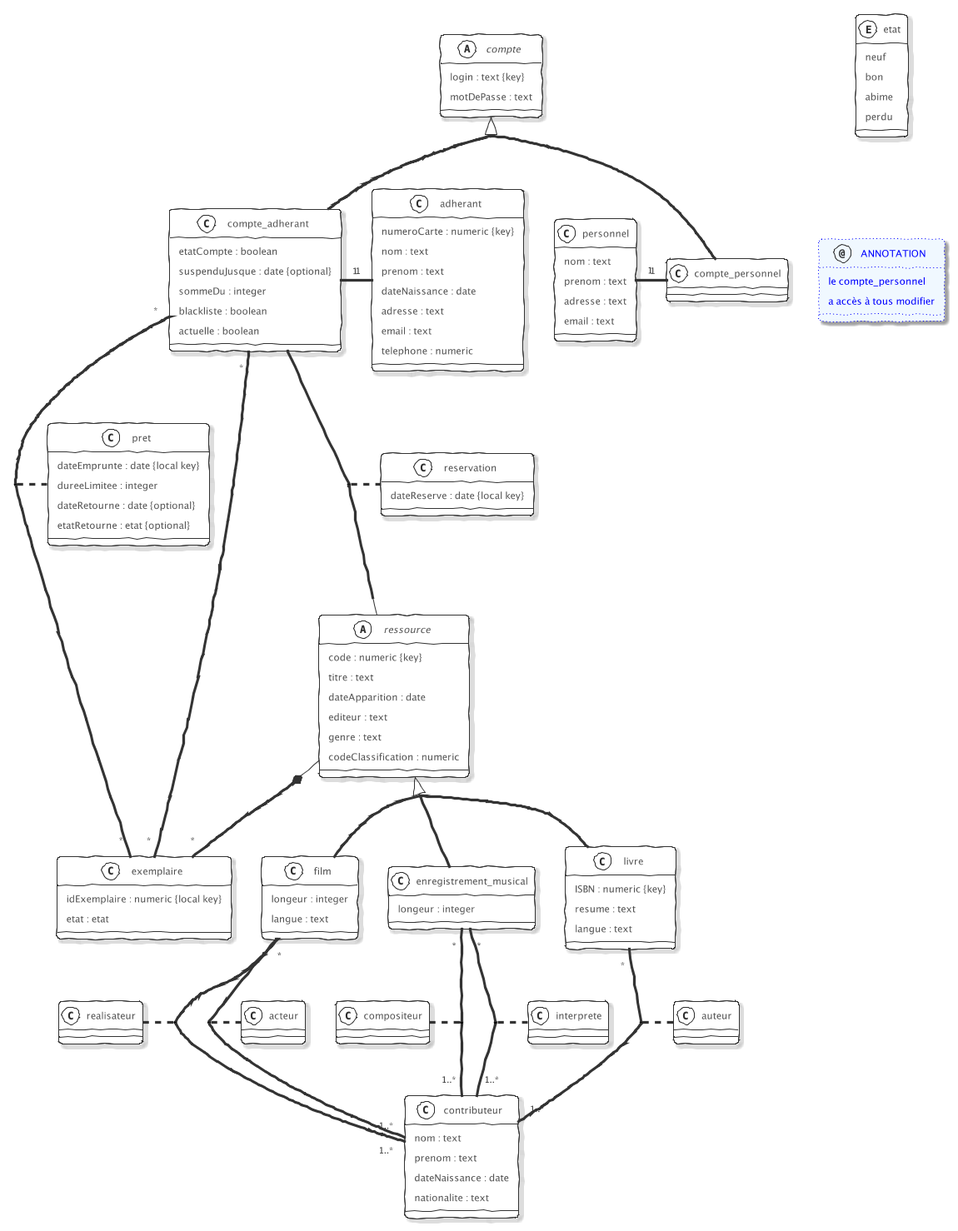
Earlier version of the PlantUML export rendu 2/MCD_Biblio.png (Ocean2356/Library-Management-System).
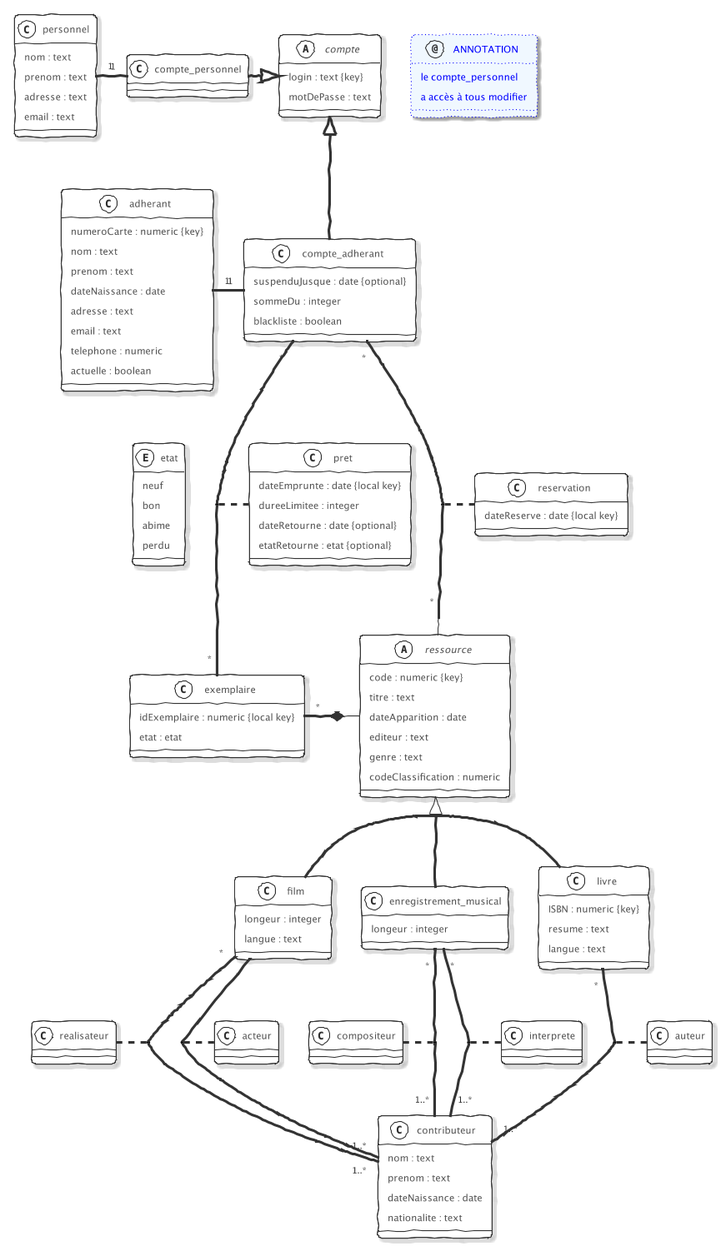
The same file after the commit.

Diff of the diagram source:
```diff
@@ -1,12 +1,15 @@
 @startuml MCD Biblio
 !theme sketchy-outline
+skinparam activity {
+    ArrowFontSize 10
+}
+skinparam groupInheritance 2
 skinparam Shadowing true
 annotation ANNOTATION #aliceblue;line:blue;line.dotted;text:blue
 {
     le compte_personnel
     a accès à tous modifier
 }
-etat -[hidden]- ANNOTATION
 
 abstract class ressource
 class exemplaire
@@ -32,17 +35,23 @@
 class compositeur
 class interprete
 
-skinparam groupInheritance 2
+compte <|-- compte_adherant
+compte_personnel -|> compte
+
+personnel "1" - "1" compte_personnel
+adherant "1" - "1" compte_adherant
+compte_adherant "*" -- "*" exemplaire
+(compte_adherant, exemplaire) . pret
+compte_adherant "*" -- "*" ressource
+(compte_adherant, ressource) .. reservation
+
+etat -[hidden]-exemplaire
+exemplaire "*" -* ressource
+
 ressource <|-- livre
 ressource <|-- film
 ressource <|-- enregistrement_musical
 
-compte <|-- compte_adherant
-compte <|-- compte_personnel
-
-skinparam activity {
-    ArrowFontSize 10
-}
 livre "*" -- "1..*" contributeur
 (livre, contributeur) . auteur
 enregistrement_musical "*" - "1..*" contributeur
@@ -53,15 +62,6 @@
 (film, contributeur) . realisateur
 film "*" - "1..*" contributeur
 (film, contributeur) . acteur
-
-ressource *-- "*" exemplaire
-
-personnel  "1" - "1" compte_personnel
-compte_adherant "1" - "1" adherant
-compte_adherant "*" -- "*" exemplaire
-(compte_adherant, ressource) . reservation
-compte_adherant "*" -- "*" exemplaire
-(compte_adherant, exemplaire) . pret
 
 enum etat{
     neuf
@@ -113,9 +113,7 @@
     email : text
 }
 
-class compte_personnel{
-
-}
+class compte_personnel{}
 
 class adherant{
     numeroCarte : numeric {key}
@@ -125,15 +123,13 @@
     adresse : text
     email : text
     telephone : numeric
+    actuelle : boolean
 }
 
-
 class compte_adherant{
-    etatCompte : boolean
     suspenduJusque : date {optional}
     sommeDu : integer
     blackliste : boolean
-    actuelle : boolean
 }
 
 abstract class compte {
@@ -141,8 +137,6 @@
     motDePasse : text
 
 }
-
-
 
 class pret{
     dateEmprunte : date {local key}
```
